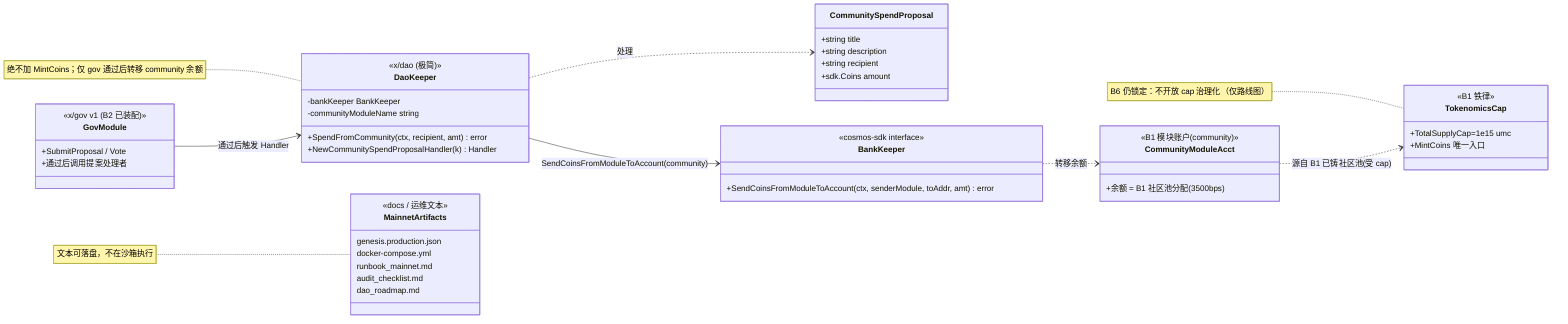
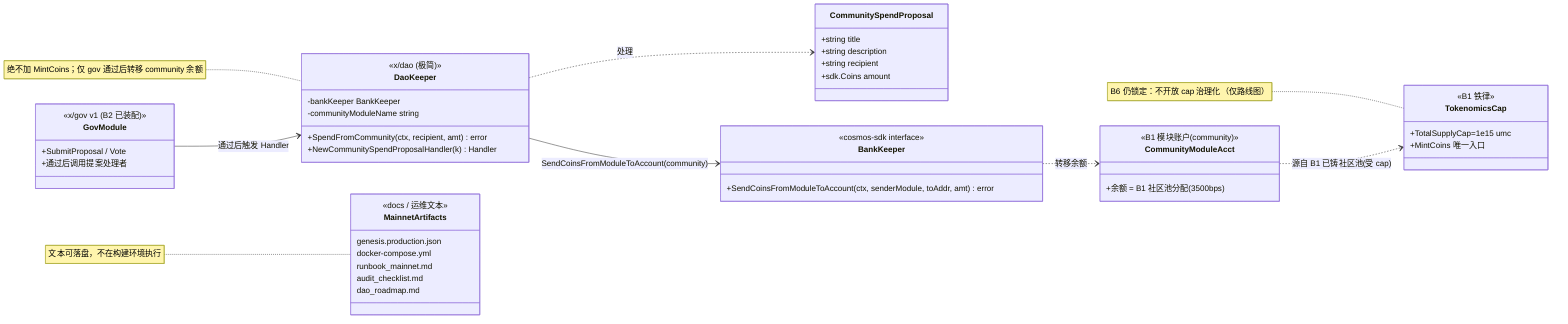
classDiagram
    direction LR

    class DaoKeeper {
        <<x/dao (极简)>>
        -bankKeeper BankKeeper
        -communityModuleName string
        +SpendFromCommunity(ctx, recipient, amt) error
        +NewCommunitySpendProposalHandler(k) Handler
    }

    class CommunitySpendProposal {
        +string title
        +string description
        +string recipient
        +sdk.Coins amount
    }

    class BankKeeper {
        <<cosmos-sdk interface>>
        +SendCoinsFromModuleToAccount(ctx, senderModule, toAddr, amt) error
    }

    class GovModule {
        <<x/gov v1 (B2 已装配)>>
        +SubmitProposal / Vote
        +通过后调用提案处理者
    }

    class CommunityModuleAcct {
        <<B1 模块账户(community)>>
        +余额 = B1 社区池分配(3500bps)
    }

    class TokenomicsCap {
        <<B1 铁律>>
        +TotalSupplyCap=1e15 umc
        +MintCoins 唯一入口
    }

    class MainnetArtifacts {
        <<docs / 运维文本>>
        genesis.production.json
        docker-compose.yml
        runbook_mainnet.md
        audit_checklist.md
        dao_roadmap.md
    }

    DaoKeeper --> BankKeeper : SendCoinsFromModuleToAccount(community)
    DaoKeeper ..> CommunitySpendProposal : 处理
    GovModule --> DaoKeeper : 通过后触发 Handler
    BankKeeper ..> CommunityModuleAcct : 转移余额
    CommunityModuleAcct ..> TokenomicsCap : 源自 B1 已铸社区池(受 cap)

    note for DaoKeeper "绝不加 MintCoins；仅 gov 通过后转移 community 余额"
    note for TokenomicsCap "B6 仍锁定：不开放 cap 治理化（仅路线图）"
-     note for MainnetArtifacts "文本可落盘，不在沙箱执行"
+     note for MainnetArtifacts "文本可落盘，不在构建环境执行"
